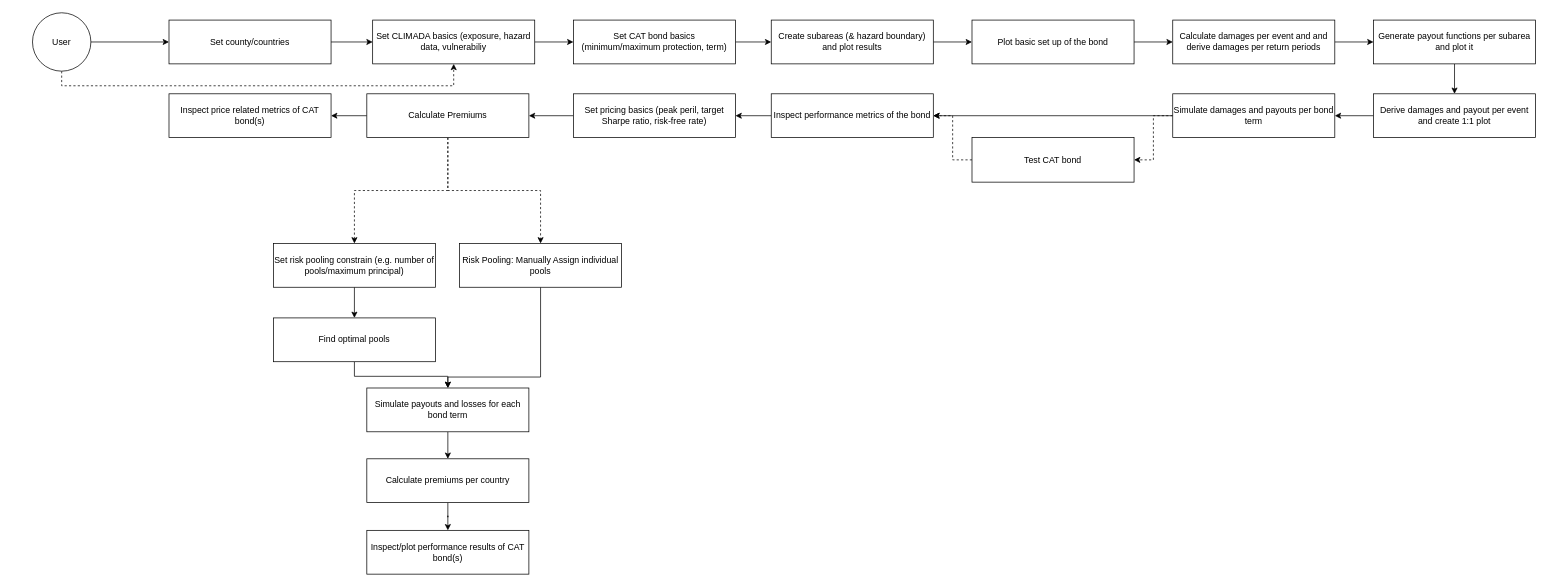
Above: user_journey_climada_petals.drawio in KaiOBerg/master_thesis_cat_bonds (draw.io), before the change. Source tidied: cells renumbered, new cells numbered last; positions are measured from the earlier drawing's top-left corner, leaving out a move shared by most shapes. Both pictures are drawn from the tidied source at 73%, with x=0, y=0 at pixel (32, 12).
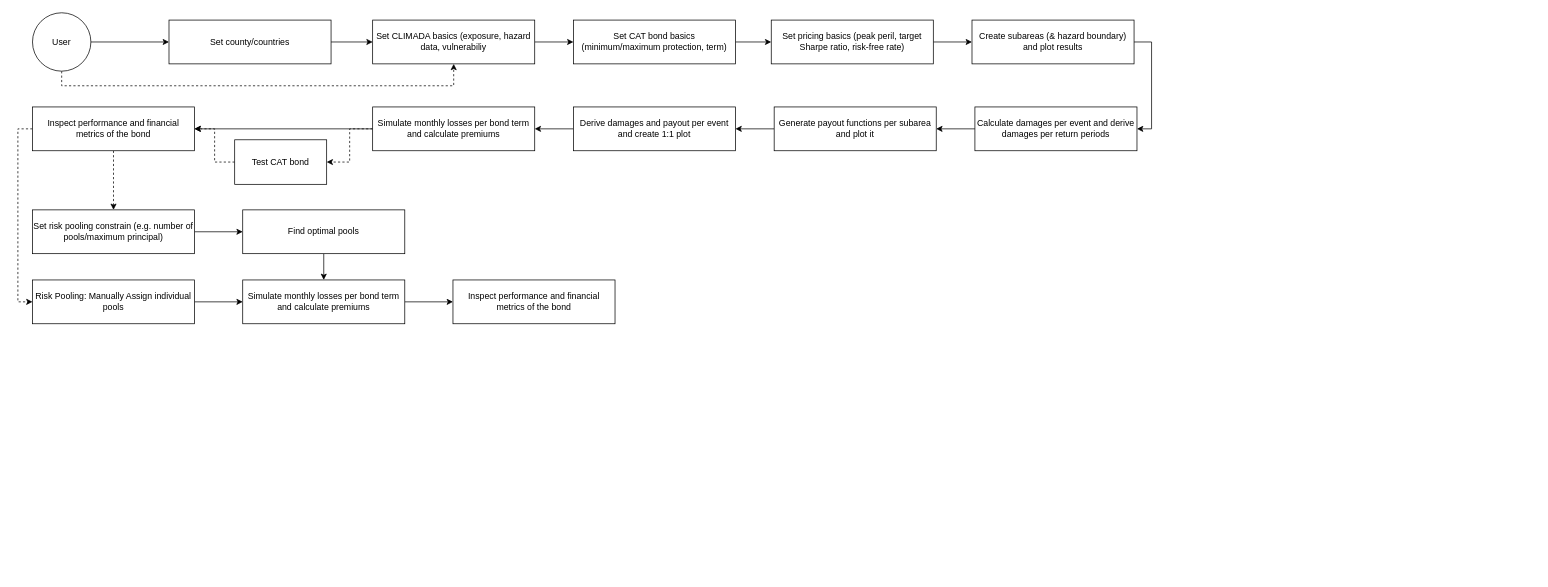
After the change.

Change to the diagram source:
```diff
@@
-    <mxCell id="7" value="Simulate damages and payouts per bond term" style="rounded=0;whiteSpace=wrap;html=1;" parent="1" vertex="1">
-      <mxGeometry x="1562" y="111" width="222" height="60" as="geometry" />
+    <mxCell id="7" value="Simulate monthly losses per bond term and calculate premiums" style="rounded=0;whiteSpace=wrap;html=1;" parent="1" vertex="1">
+      <mxGeometry x="466" y="129" width="222" height="60" as="geometry" />
     </mxCell>
@@
-    <mxCell id="10" style="edgeStyle=orthogonalEdgeStyle;rounded=0;jettySize=auto;html=1;exitX=0;exitY=0.5;exitDx=0;exitDy=0;entryX=1;entryY=0.5;entryDx=0;entryDy=0;" parent="1" edge="1" source="13" target="22">
-      <mxGeometry relative="1" as="geometry" />
-    </mxCell>
-    <mxCell id="11" style="edgeStyle=orthogonalEdgeStyle;rounded=0;jettySize=auto;html=1;exitX=0.5;exitY=1;exitDx=0;exitDy=0;entryX=0.5;entryY=0;entryDx=0;entryDy=0;dashed=1;" parent="1" edge="1" source="13" target="26">
+    <mxCell id="11" style="edgeStyle=orthogonalEdgeStyle;rounded=0;jettySize=auto;html=1;exitX=0;exitY=0.5;exitDx=0;exitDy=0;entryX=0;entryY=0.5;entryDx=0;entryDy=0;dashed=1;" parent="1" edge="1" source="37" target="26">
       <mxGeometry relative="1" as="geometry" />
     </mxCell>
-    <mxCell id="12" style="edgeStyle=orthogonalEdgeStyle;rounded=0;jettySize=auto;html=1;entryX=0.5;entryY=0;entryDx=0;entryDy=0;dashed=1;" parent="1" edge="1" source="13" target="24">
+    <mxCell id="12" style="edgeStyle=orthogonalEdgeStyle;rounded=0;jettySize=auto;html=1;entryX=0.5;entryY=0;entryDx=0;entryDy=0;dashed=1;exitX=0.5;exitY=1;exitDx=0;exitDy=0;" parent="1" edge="1" source="37" target="24">
       <mxGeometry relative="1" as="geometry" />
     </mxCell>
-    <mxCell id="13" value="&lt;span style=&quot;caret-color: rgba(0, 0, 0, 0);&quot;&gt;Calculate Premiums&lt;/span&gt;" style="rounded=0;whiteSpace=wrap;html=1;" parent="1" vertex="1">
-      <mxGeometry x="458" y="111" width="222" height="60" as="geometry" />
-    </mxCell>
@@
     <mxCell id="15" value="&lt;span style=&quot;caret-color: rgba(0, 0, 0, 0);&quot;&gt;Test CAT bond&lt;/span&gt;" style="rounded=0;whiteSpace=wrap;html=1;" parent="1" vertex="1">
-      <mxGeometry x="1287" y="171" width="222" height="61" as="geometry" />
+      <mxGeometry x="277" y="174" width="126" height="61" as="geometry" />
     </mxCell>
@@
-    <mxCell id="17" value="Create subareas (&amp;amp; hazard boundary) and plot results" style="rounded=0;whiteSpace=wrap;html=1;" parent="1" vertex="1">
+    <mxCell id="17" value="&lt;span style=&quot;caret-color: rgba(0, 0, 0, 0);&quot;&gt;Set pricing basics (peak peril, target Sharpe ratio, risk-free rate)&lt;/span&gt;" style="rounded=0;whiteSpace=wrap;html=1;" parent="1" vertex="1">
       <mxGeometry x="1012" y="10" width="222" height="60" as="geometry" />
     </mxCell>
@@
-    <mxCell id="22" value="&lt;span style=&quot;caret-color: rgba(0, 0, 0, 0);&quot;&gt;Inspect price related metrics of CAT bond(s)&lt;/span&gt;" style="rounded=0;whiteSpace=wrap;html=1;" parent="1" vertex="1">
-      <mxGeometry x="187" y="111" width="222" height="60" as="geometry" />
-    </mxCell>
-    <mxCell id="23" style="edgeStyle=orthogonalEdgeStyle;rounded=0;jettySize=auto;html=1;entryX=0.5;entryY=0;entryDx=0;entryDy=0;" parent="1" edge="1" source="24" target="28">
+    <mxCell id="23" style="edgeStyle=orthogonalEdgeStyle;rounded=0;jettySize=auto;html=1;entryX=0;entryY=0.5;entryDx=0;entryDy=0;" parent="1" edge="1" source="24" target="28">
       <mxGeometry relative="1" as="geometry" />
     </mxCell>
     <mxCell id="24" value="&lt;span style=&quot;caret-color: rgba(0, 0, 0, 0);&quot;&gt;Set risk pooling constrain (e.g. number of pools/maximum principal)&lt;/span&gt;" style="rounded=0;whiteSpace=wrap;html=1;" parent="1" vertex="1">
-      <mxGeometry x="330" y="316" width="222" height="60" as="geometry" />
+      <mxGeometry y="270" width="222" height="60" as="geometry" />
     </mxCell>
-    <mxCell id="25" style="edgeStyle=orthogonalEdgeStyle;rounded=0;jettySize=auto;html=1;exitX=0.5;exitY=1;exitDx=0;exitDy=0;entryX=0.5;entryY=0;entryDx=0;entryDy=0;" parent="1" edge="1" source="26" target="30">
-      <mxGeometry relative="1" as="geometry">
-        <Array as="points">
-          <mxPoint x="696" y="499" />
-          <mxPoint x="569" y="499" />
-        </Array>
-      </mxGeometry>
+    <mxCell id="25" style="edgeStyle=orthogonalEdgeStyle;rounded=0;jettySize=auto;html=1;exitX=1;exitY=0.5;exitDx=0;exitDy=0;entryX=0;entryY=0.5;entryDx=0;entryDy=0;" parent="1" edge="1" source="26" target="30">
+      <mxGeometry relative="1" as="geometry" />
     </mxCell>
     <mxCell id="26" value="&lt;span style=&quot;caret-color: rgba(0, 0, 0, 0);&quot;&gt;Risk Pooling: Manually Assign individual pools&lt;/span&gt;" style="rounded=0;whiteSpace=wrap;html=1;" parent="1" vertex="1">
-      <mxGeometry x="585" y="316" width="222" height="60" as="geometry" />
+      <mxGeometry y="366" width="222" height="60" as="geometry" />
     </mxCell>
@@
     <mxCell id="28" value="&lt;span style=&quot;caret-color: rgba(0, 0, 0, 0);&quot;&gt;Find optimal pools&lt;/span&gt;" style="rounded=0;whiteSpace=wrap;html=1;" parent="1" vertex="1">
-      <mxGeometry x="330" y="418" width="222" height="60" as="geometry" />
+      <mxGeometry x="288" y="270" width="222" height="60" as="geometry" />
     </mxCell>
-    <mxCell id="29" style="edgeStyle=orthogonalEdgeStyle;rounded=0;jettySize=auto;html=1;exitX=0.5;exitY=1;exitDx=0;exitDy=0;entryX=0.5;entryY=0;entryDx=0;entryDy=0;" parent="1" edge="1" source="30" target="32">
+    <mxCell id="29" style="edgeStyle=orthogonalEdgeStyle;rounded=0;jettySize=auto;html=1;exitX=1;exitY=0.5;exitDx=0;exitDy=0;entryX=0;entryY=0.5;entryDx=0;entryDy=0;" parent="1" edge="1" source="30" target="33">
       <mxGeometry relative="1" as="geometry" />
     </mxCell>
-    <mxCell id="30" value="&lt;span style=&quot;caret-color: rgba(0, 0, 0, 0);&quot;&gt;Simulate payouts and losses for each bond term&lt;/span&gt;" style="rounded=0;whiteSpace=wrap;html=1;" parent="1" vertex="1">
-      <mxGeometry x="458" y="514" width="222" height="60" as="geometry" />
+    <mxCell id="30" value="Simulate monthly losses per bond term and calculate premiums" style="rounded=0;whiteSpace=wrap;html=1;" parent="1" vertex="1">
+      <mxGeometry x="288" y="366" width="222" height="60" as="geometry" />
     </mxCell>
-    <mxCell id="31" style="edgeStyle=orthogonalEdgeStyle;rounded=0;jettySize=auto;html=1;exitX=0.5;exitY=1;exitDx=0;exitDy=0;" parent="1" edge="1" source="32" target="33">
-      <mxGeometry relative="1" as="geometry" />
-    </mxCell>
-    <mxCell id="32" value="&lt;span style=&quot;caret-color: rgba(0, 0, 0, 0);&quot;&gt;Calculate premiums per country&lt;/span&gt;" style="rounded=0;whiteSpace=wrap;html=1;" parent="1" vertex="1">
-      <mxGeometry x="458" y="611" width="222" height="60" as="geometry" />
-    </mxCell>
-    <mxCell id="33" value="&lt;span style=&quot;caret-color: rgba(0, 0, 0, 0);&quot;&gt;Inspect/plot performance results of CAT bond(s)&lt;/span&gt;" style="rounded=0;whiteSpace=wrap;html=1;" parent="1" vertex="1">
-      <mxGeometry x="458" y="709" width="222" height="60" as="geometry" />
+    <mxCell id="33" value="&lt;span style=&quot;caret-color: rgba(0, 0, 0, 0);&quot;&gt;Inspect performance and financial metrics of the bond&lt;/span&gt;" style="rounded=0;whiteSpace=wrap;html=1;" parent="1" vertex="1">
+      <mxGeometry x="576" y="366" width="222" height="60" as="geometry" />
     </mxCell>
-    <mxCell id="34" style="edgeStyle=orthogonalEdgeStyle;rounded=0;jettySize=auto;html=1;exitX=1;exitY=0.5;exitDx=0;exitDy=0;entryX=0;entryY=0.5;entryDx=0;entryDy=0;" parent="1" edge="1" source="35" target="39">
+    <mxCell id="34" style="edgeStyle=orthogonalEdgeStyle;rounded=0;jettySize=auto;html=1;exitX=1;exitY=0.5;exitDx=0;exitDy=0;entryX=1;entryY=0.5;entryDx=0;entryDy=0;" parent="1" edge="1" source="35" target="39">
       <mxGeometry relative="1" as="geometry" />
     </mxCell>
-    <mxCell id="35" value="Plot basic set up of the bond" style="rounded=0;whiteSpace=wrap;html=1;" parent="1" vertex="1">
+    <mxCell id="35" value="Create subareas (&amp;amp; hazard boundary) and plot results" style="rounded=0;whiteSpace=wrap;html=1;" parent="1" vertex="1">
       <mxGeometry x="1287" y="10" width="222" height="60" as="geometry" />
     </mxCell>
-    <mxCell id="36" style="edgeStyle=orthogonalEdgeStyle;rounded=0;jettySize=auto;html=1;exitX=0;exitY=0.5;exitDx=0;exitDy=0;entryX=1;entryY=0.5;entryDx=0;entryDy=0;" parent="1" edge="1" source="37" target="45">
-      <mxGeometry relative="1" as="geometry" />
-    </mxCell>
-    <mxCell id="37" value="&lt;span style=&quot;caret-color: rgba(0, 0, 0, 0);&quot;&gt;Inspect performance metrics of the bond&lt;/span&gt;" style="rounded=0;whiteSpace=wrap;html=1;" parent="1" vertex="1">
-      <mxGeometry x="1012" y="111" width="222" height="60" as="geometry" />
+    <mxCell id="37" value="&lt;span style=&quot;caret-color: rgba(0, 0, 0, 0);&quot;&gt;Inspect performance and financial metrics of the bond&lt;/span&gt;" style="rounded=0;whiteSpace=wrap;html=1;" parent="1" vertex="1">
+      <mxGeometry y="129" width="222" height="60" as="geometry" />
     </mxCell>
-    <mxCell id="38" style="edgeStyle=orthogonalEdgeStyle;rounded=0;jettySize=auto;html=1;exitX=1;exitY=0.5;exitDx=0;exitDy=0;entryX=0;entryY=0.5;entryDx=0;entryDy=0;" parent="1" edge="1" source="39" target="41">
+    <mxCell id="38" style="edgeStyle=orthogonalEdgeStyle;rounded=0;jettySize=auto;html=1;exitX=0;exitY=0.5;exitDx=0;exitDy=0;entryX=1;entryY=0.5;entryDx=0;entryDy=0;" parent="1" edge="1" source="39" target="41">
       <mxGeometry relative="1" as="geometry" />
     </mxCell>
-    <mxCell id="39" value="Calculate damages per event and and derive damages per return periods" style="rounded=0;whiteSpace=wrap;html=1;" parent="1" vertex="1">
-      <mxGeometry x="1562" y="10" width="222" height="60" as="geometry" />
+    <mxCell id="39" value="Calculate damages per event and derive damages per return periods" style="rounded=0;whiteSpace=wrap;html=1;" parent="1" vertex="1">
+      <mxGeometry x="1291" y="129" width="222" height="60" as="geometry" />
     </mxCell>
-    <mxCell id="40" style="edgeStyle=orthogonalEdgeStyle;rounded=0;jettySize=auto;html=1;exitX=0.5;exitY=1;exitDx=0;exitDy=0;entryX=0.5;entryY=0;entryDx=0;entryDy=0;" parent="1" edge="1" source="41" target="43">
+    <mxCell id="40" style="edgeStyle=orthogonalEdgeStyle;rounded=0;jettySize=auto;html=1;exitX=0;exitY=0.5;exitDx=0;exitDy=0;entryX=1;entryY=0.5;entryDx=0;entryDy=0;" parent="1" edge="1" source="41" target="43">
       <mxGeometry relative="1" as="geometry" />
     </mxCell>
     <mxCell id="41" value="Generate payout functions per subarea and plot it" style="rounded=0;whiteSpace=wrap;html=1;" parent="1" vertex="1">
-      <mxGeometry x="1837" y="10" width="222" height="60" as="geometry" />
+      <mxGeometry x="1016" y="129" width="222" height="60" as="geometry" />
     </mxCell>
@@
     <mxCell id="43" value="Derive damages and payout per event and create 1:1 plot" style="rounded=0;whiteSpace=wrap;html=1;" parent="1" vertex="1">
-      <mxGeometry x="1837" y="111" width="222" height="60" as="geometry" />
+      <mxGeometry x="741" y="129" width="222" height="60" as="geometry" />
     </mxCell>
-    <mxCell id="44" style="edgeStyle=orthogonalEdgeStyle;rounded=0;jettySize=auto;html=1;exitX=0;exitY=0.5;exitDx=0;exitDy=0;" parent="1" edge="1" source="45" target="13">
-      <mxGeometry relative="1" as="geometry" />
-    </mxCell>
-    <mxCell id="45" value="&lt;span style=&quot;caret-color: rgba(0, 0, 0, 0);&quot;&gt;Set pricing basics (peak peril, target Sharpe ratio, risk-free rate)&lt;/span&gt;" style="rounded=0;whiteSpace=wrap;html=1;" parent="1" vertex="1">
-      <mxGeometry x="741" y="111" width="222" height="60" as="geometry" />
-    </mxCell>
```
